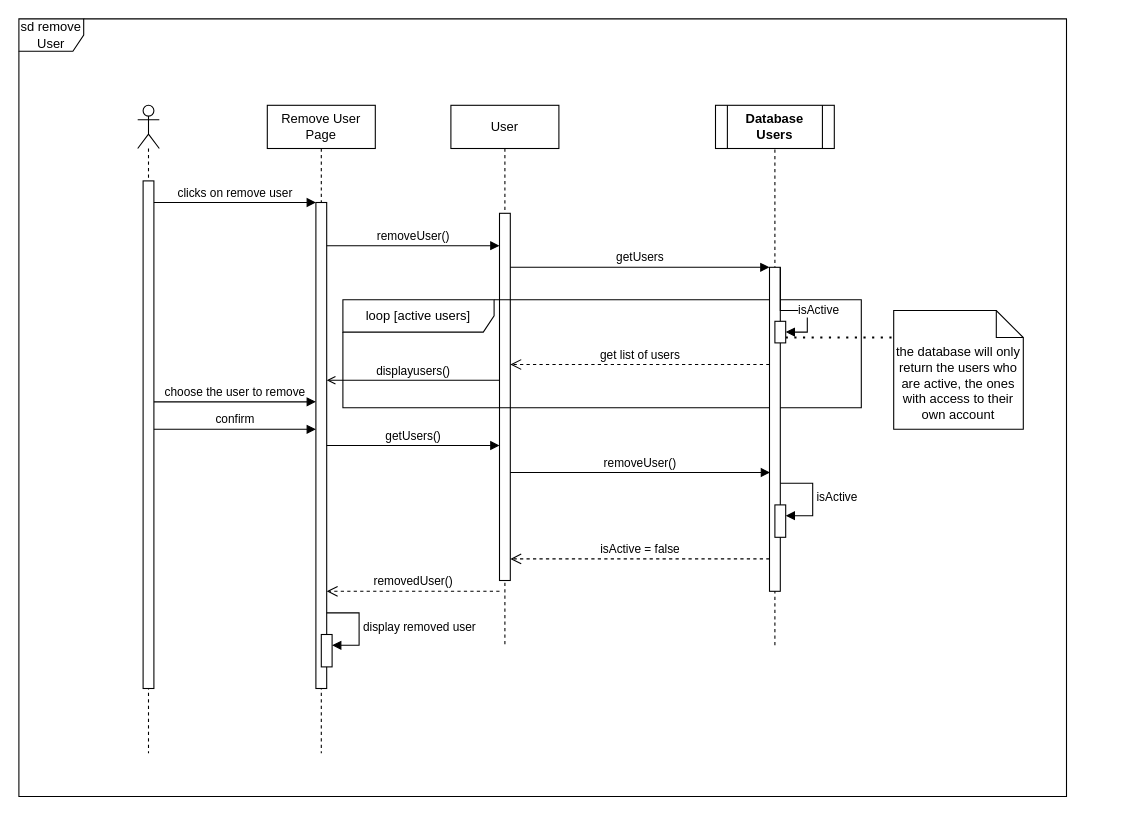
Earlier version of the draw.io diagram Deliverable 3/RemoveUserUser.drawio (JuicyJ4Y0/Team17Deliverables). Source tidied: cells renumbered, new cells numbered last; positions are measured from the earlier drawing's top-left corner, leaving out a move shared by most shapes. Both pictures are drawn from the tidied source at 108%, with x=0, y=0 at pixel (18, 18).
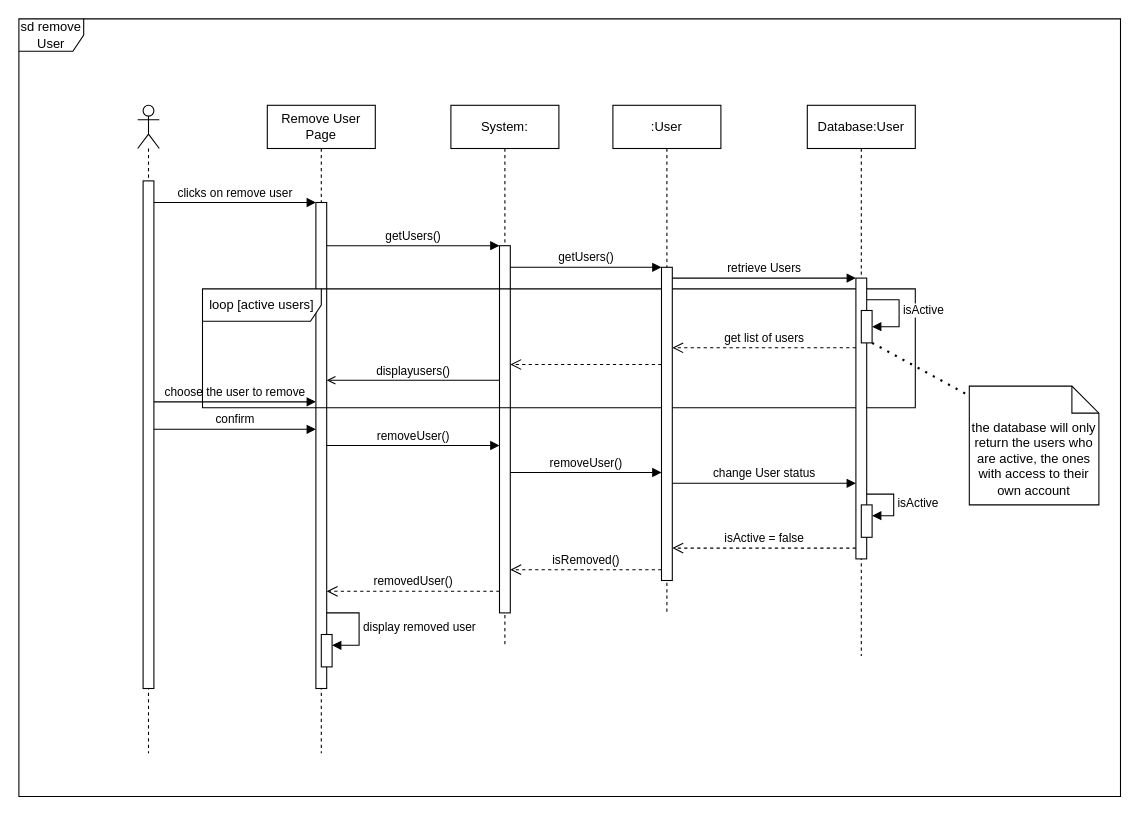
The same page after the edit.

The change refers to these unchanged cells:
```xml
<mxCell id="6" style="html=1;points=[[0,0,0,0,5],[0,1,0,0,-5],[1,0,0,0,5],[1,1,0,0,-5]];perimeter=orthogonalPerimeter;outlineConnect=0;targetShapes=umlLifeline;portConstraint=eastwest;newEdgeStyle={&quot;curved&quot;:0,&quot;rounded&quot;:0};" parent="5" vertex="1">
  <mxGeometry x="45" y="90" width="10" height="450" as="geometry" />
</mxCell>
```

Change to the diagram source:
```diff
@@
-    <mxCell id="2" style="endArrow=none;dashed=1;html=1;rounded=0;entryX=0.5;entryY=1;entryDx=0;entryDy=0;" parent="1" edge="1" target="31">
-      <mxGeometry relative="1" as="geometry">
-        <mxPoint x="700" y="580" as="sourcePoint" />
-      </mxGeometry>
-    </mxCell>
@@
-    <mxCell id="7" value="User" style="shape=umlLifeline;perimeter=lifelinePerimeter;whiteSpace=wrap;html=1;newEdgeStyle={&quot;curved&quot;:0,&quot;rounded&quot;:0};" parent="1" vertex="1">
+    <mxCell id="7" value="System:" style="shape=umlLifeline;perimeter=lifelinePerimeter;whiteSpace=wrap;html=1;newEdgeStyle={&quot;curved&quot;:0,&quot;rounded&quot;:0};" parent="1" vertex="1">
       <mxGeometry x="400" y="80" width="100" height="500" as="geometry" />
     </mxCell>
     <mxCell id="8" style="html=1;points=[[0,0,0,0,5],[0,1,0,0,-5],[1,0,0,0,5],[1,1,0,0,-5]];perimeter=orthogonalPerimeter;outlineConnect=0;targetShapes=umlLifeline;portConstraint=eastwest;newEdgeStyle={&quot;curved&quot;:0,&quot;rounded&quot;:0};" parent="7" vertex="1">
-      <mxGeometry x="45" y="100" width="10" height="340" as="geometry" />
+      <mxGeometry x="45" y="130" width="10" height="340" as="geometry" />
     </mxCell>
@@
-    <mxCell id="10" value="getUsers()" style="html=1;verticalAlign=bottom;endArrow=block;curved=0;rounded=0;" parent="1" edge="1" source="6" target="8">
+    <mxCell id="10" value="removeUser()" style="html=1;verticalAlign=bottom;endArrow=block;curved=0;rounded=0;" parent="1" edge="1" source="6" target="8">
       <mxGeometry relative="1" as="geometry" />
     </mxCell>
-    <mxCell id="11" value="getUsers" style="html=1;verticalAlign=bottom;endArrow=block;curved=0;rounded=0;" parent="1" edge="1">
+    <mxCell id="11" value="getUsers()" style="html=1;verticalAlign=bottom;endArrow=block;curved=0;rounded=0;" parent="1" edge="1" target="33">
       <mxGeometry relative="1" as="geometry">
         <mxPoint x="455" y="230" as="sourcePoint" />
-        <mxPoint x="695" y="230" as="targetPoint" />
       </mxGeometry>
     </mxCell>
     <mxCell id="12" value="get list of users" style="html=1;verticalAlign=bottom;endArrow=open;dashed=1;endSize=8;curved=0;rounded=0;" parent="1" edge="1">
       <mxGeometry relative="1" as="geometry">
-        <mxPoint x="695" y="320" as="sourcePoint" />
-        <mxPoint x="455" y="320" as="targetPoint" />
+        <mxPoint x="775" y="304.5" as="sourcePoint" />
+        <mxPoint x="605" y="304.5" as="targetPoint" />
       </mxGeometry>
     </mxCell>
     <mxCell id="13" value="sd remove User" style="shape=umlFrame;whiteSpace=wrap;html=1;" parent="1" vertex="1">
-      <mxGeometry width="970" height="720" as="geometry" />
+      <mxGeometry width="1020" height="720" as="geometry" />
     </mxCell>
@@
-    <mxCell id="17" value="removeUser()" style="html=1;verticalAlign=bottom;endArrow=block;curved=0;rounded=0;" parent="1" edge="1" source="6">
+    <mxCell id="17" value="getUsers()" style="html=1;verticalAlign=bottom;endArrow=block;curved=0;rounded=0;" parent="1" edge="1" source="6">
       <mxGeometry relative="1" as="geometry">
         <mxPoint x="445" y="210" as="targetPoint" />
       </mxGeometry>
     </mxCell>
-    <mxCell id="18" value="removeUser()" style="html=1;verticalAlign=bottom;endArrow=block;curved=0;rounded=0;entryX=0.048;entryY=0.843;entryDx=0;entryDy=0;entryPerimeter=0;" parent="1" edge="1">
+    <mxCell id="18" value="removeUser()" style="html=1;verticalAlign=bottom;endArrow=block;curved=0;rounded=0;" parent="1" edge="1" target="33">
       <mxGeometry relative="1" as="geometry">
         <mxPoint x="455" y="420" as="sourcePoint" />
-        <mxPoint x="695.5" y="420" as="targetPoint" />
       </mxGeometry>
     </mxCell>
     <mxCell id="19" value="the database will only return the users who are active, the ones with access to their own account" style="shape=note2;boundedLbl=1;whiteSpace=wrap;html=1;size=25;verticalAlign=top;align=center;" parent="1" vertex="1">
-      <mxGeometry x="810" y="270" width="120" height="110" as="geometry" />
+      <mxGeometry x="880" y="340" width="120" height="110" as="geometry" />
     </mxCell>
-    <mxCell id="20" value="loop&lt;span style=&quot;background-color: transparent; color: light-dark(rgb(0, 0, 0), rgb(255, 255, 255));&quot;&gt;&amp;nbsp;[active users]&lt;/span&gt;" style="shape=umlFrame;whiteSpace=wrap;html=1;width=140;height=30;" parent="1" vertex="1">
-      <mxGeometry x="300" y="260" width="480" height="100" as="geometry" />
+    <mxCell id="20" value="loop&lt;span style=&quot;background-color: transparent; color: light-dark(rgb(0, 0, 0), rgb(255, 255, 255));&quot;&gt;&amp;nbsp;[active users]&lt;/span&gt;" style="shape=umlFrame;whiteSpace=wrap;html=1;width=110;height=30;" parent="1" vertex="1">
+      <mxGeometry x="170" y="250" width="660" height="110" as="geometry" />
     </mxCell>
     <mxCell id="21" value="isActive = false" style="html=1;verticalAlign=bottom;endArrow=open;dashed=1;endSize=8;curved=0;rounded=0;" parent="1" edge="1">
       <mxGeometry relative="1" as="geometry">
-        <mxPoint x="695" y="500" as="sourcePoint" />
-        <mxPoint x="455" y="500" as="targetPoint" />
+        <mxPoint x="775" y="490" as="sourcePoint" />
+        <mxPoint x="605" y="490" as="targetPoint" />
       </mxGeometry>
     </mxCell>
@@
-    <mxCell id="25" style="endArrow=none;dashed=1;html=1;dashPattern=1 3;strokeWidth=2;rounded=0;exitX=1;exitY=1;exitDx=0;exitDy=-5;exitPerimeter=0;" parent="1" edge="1" source="27">
-      <mxGeometry relative="1" as="geometry">
-        <mxPoint x="810" y="295" as="targetPoint" />
-      </mxGeometry>
+    <mxCell id="25" style="endArrow=none;dashed=1;html=1;dashPattern=1 3;strokeWidth=2;rounded=0;entryX=-0.002;entryY=0.08;entryDx=0;entryDy=0;entryPerimeter=0;" parent="1" edge="1" source="36" target="19">
+      <mxGeometry relative="1" as="geometry" />
     </mxCell>
+    <mxCell id="32" value=":User" style="shape=umlLifeline;perimeter=lifelinePerimeter;whiteSpace=wrap;html=1;newEdgeStyle={&quot;curved&quot;:0,&quot;rounded&quot;:0};" parent="1" vertex="1">
+      <mxGeometry x="550" y="80" width="100" height="470" as="geometry" />
+    </mxCell>
+    <mxCell id="33" style="html=1;points=[[0,0,0,0,5],[0,1,0,0,-5],[1,0,0,0,5],[1,1,0,0,-5]];perimeter=orthogonalPerimeter;outlineConnect=0;targetShapes=umlLifeline;portConstraint=eastwest;newEdgeStyle={&quot;curved&quot;:0,&quot;rounded&quot;:0};" parent="32" vertex="1">
+      <mxGeometry x="45" y="150" width="10" height="290" as="geometry" />
+    </mxCell>
+    <mxCell id="34" value="retrieve Users" style="html=1;verticalAlign=bottom;endArrow=block;curved=0;rounded=0;" parent="1" edge="1" target="26">
+      <mxGeometry relative="1" as="geometry">
+        <mxPoint x="605" y="240" as="sourcePoint" />
+      </mxGeometry>
+    </mxCell>
+    <mxCell id="35" value="Database:User" style="shape=umlLifeline;perimeter=lifelinePerimeter;whiteSpace=wrap;html=1;newEdgeStyle={&quot;curved&quot;:0,&quot;rounded&quot;:0};" parent="1" vertex="1">
+      <mxGeometry x="730" y="80" width="100" height="510" as="geometry" />
+    </mxCell>
-    <mxCell id="26" style="html=1;points=[[0,0,0,0,5],[0,1,0,0,-5],[1,0,0,0,5],[1,1,0,0,-5]];perimeter=orthogonalPerimeter;outlineConnect=0;targetShapes=umlLifeline;portConstraint=eastwest;newEdgeStyle={&quot;curved&quot;:0,&quot;rounded&quot;:0};" parent="1" vertex="1">
-      <mxGeometry x="695" y="230" width="10" height="300" as="geometry" />
+    <mxCell id="26" style="html=1;points=[[0,0,0,0,5],[0,1,0,0,-5],[1,0,0,0,5],[1,1,0,0,-5]];perimeter=orthogonalPerimeter;outlineConnect=0;targetShapes=umlLifeline;portConstraint=eastwest;newEdgeStyle={&quot;curved&quot;:0,&quot;rounded&quot;:0};" parent="35" vertex="1">
+      <mxGeometry x="45" y="160" width="10" height="260" as="geometry" />
     </mxCell>
-    <mxCell id="27" style="html=1;points=[[0,0,0,0,5],[0,1,0,0,-5],[1,0,0,0,5],[1,1,0,0,-5]];perimeter=orthogonalPerimeter;outlineConnect=0;targetShapes=umlLifeline;portConstraint=eastwest;newEdgeStyle={&quot;curved&quot;:0,&quot;rounded&quot;:0};" parent="1" vertex="1">
-      <mxGeometry x="700" y="280" width="10" height="20" as="geometry" />
-    </mxCell>
-    <mxCell id="28" value="isActive" style="html=1;align=left;spacingLeft=2;endArrow=block;rounded=0;edgeStyle=orthogonalEdgeStyle;curved=0;rounded=0;exitX=1;exitY=0;exitDx=0;exitDy=0;exitPerimeter=0;" parent="1" edge="1" source="26" target="27">
-      <mxGeometry relative="1" as="geometry">
-        <Array as="points">
-          <mxPoint x="705" y="270" />
-          <mxPoint x="730" y="270" />
-          <mxPoint x="730" y="290" />
-        </Array>
-      </mxGeometry>
-    </mxCell>
-    <mxCell id="29" style="html=1;points=[[0,0,0,0,5],[0,1,0,0,-5],[1,0,0,0,5],[1,1,0,0,-5]];perimeter=orthogonalPerimeter;outlineConnect=0;targetShapes=umlLifeline;portConstraint=eastwest;newEdgeStyle={&quot;curved&quot;:0,&quot;rounded&quot;:0};" parent="1" vertex="1">
-      <mxGeometry x="700" y="450" width="10" height="30" as="geometry" />
+    <mxCell id="29" style="html=1;points=[[0,0,0,0,5],[0,1,0,0,-5],[1,0,0,0,5],[1,1,0,0,-5]];perimeter=orthogonalPerimeter;outlineConnect=0;targetShapes=umlLifeline;portConstraint=eastwest;newEdgeStyle={&quot;curved&quot;:0,&quot;rounded&quot;:0};" parent="35" vertex="1">
+      <mxGeometry x="50" y="370" width="10" height="30" as="geometry" />
     </mxCell>
-    <mxCell id="30" value="isActive" style="html=1;align=left;spacingLeft=2;endArrow=block;rounded=0;edgeStyle=orthogonalEdgeStyle;curved=0;rounded=0;" parent="1" edge="1" target="29">
+    <mxCell id="30" value="isActive" style="html=1;align=left;spacingLeft=2;endArrow=block;rounded=0;edgeStyle=orthogonalEdgeStyle;curved=0;rounded=0;" parent="35" edge="1" source="26" target="29">
       <mxGeometry relative="1" as="geometry">
-        <mxPoint x="705" y="430" as="sourcePoint" />
         <Array as="points">
-          <mxPoint x="735" y="460" />
+          <mxPoint x="80" y="360" />
+          <mxPoint x="80" y="380" />
         </Array>
       </mxGeometry>
     </mxCell>
-    <mxCell id="31" value="Database Users" style="shape=process;whiteSpace=wrap;html=1;backgroundOutline=1;fontStyle=1;" parent="1" vertex="1">
-      <mxGeometry x="645" y="80" width="110" height="40" as="geometry" />
-    </mxCell>
+    <mxCell id="36" style="html=1;points=[[0,0,0,0,5],[0,1,0,0,-5],[1,0,0,0,5],[1,1,0,0,-5]];perimeter=orthogonalPerimeter;outlineConnect=0;targetShapes=umlLifeline;portConstraint=eastwest;newEdgeStyle={&quot;curved&quot;:0,&quot;rounded&quot;:0};" parent="35" vertex="1">
+      <mxGeometry x="50" y="190" width="10" height="30" as="geometry" />
+    </mxCell>
+    <mxCell id="28" value="isActive" style="html=1;align=left;spacingLeft=2;endArrow=block;rounded=0;edgeStyle=orthogonalEdgeStyle;curved=0;rounded=0;" parent="35" edge="1" source="26" target="36">
+      <mxGeometry relative="1" as="geometry">
+        <Array as="points">
+          <mxPoint x="85" y="180" />
+          <mxPoint x="85" y="205" />
+        </Array>
+      </mxGeometry>
+    </mxCell>
+    <mxCell id="37" style="html=1;verticalAlign=bottom;endArrow=open;dashed=1;endSize=8;curved=0;rounded=0;" parent="1" edge="1">
+      <mxGeometry relative="1" as="geometry">
+        <mxPoint x="595" y="320" as="sourcePoint" />
+        <mxPoint x="455" y="320" as="targetPoint" />
+      </mxGeometry>
+    </mxCell>
+    <mxCell id="38" value="change User status" style="html=1;verticalAlign=bottom;endArrow=block;curved=0;rounded=0;" parent="1" edge="1" target="26">
+      <mxGeometry relative="1" as="geometry">
+        <mxPoint x="605" y="430" as="sourcePoint" />
+      </mxGeometry>
+    </mxCell>
+    <mxCell id="39" value="isRemoved()" style="html=1;verticalAlign=bottom;endArrow=open;dashed=1;endSize=8;curved=0;rounded=0;" parent="1" edge="1">
+      <mxGeometry relative="1" as="geometry">
+        <mxPoint x="595" y="510" as="sourcePoint" />
+        <mxPoint x="455" y="510" as="targetPoint" />
+      </mxGeometry>
+    </mxCell>
```
